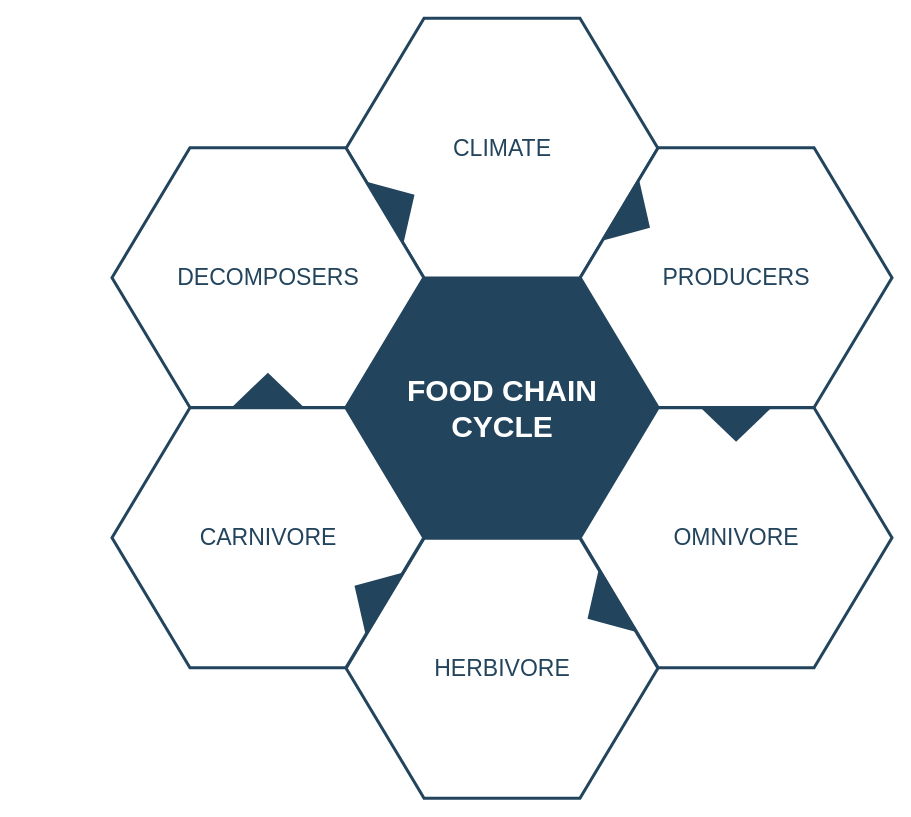
The draw.io diagram Untitled Diagram.drawio in shereefsakr/draw.io-diagrams-public, before the edit. Source tidied: cells renumbered, new cells numbered last; positions are measured from the earlier drawing's top-left corner, leaving out a move shared by most shapes. Both pictures are drawn from the tidied source at 100%, with x=0, y=0 at pixel (111, 18).
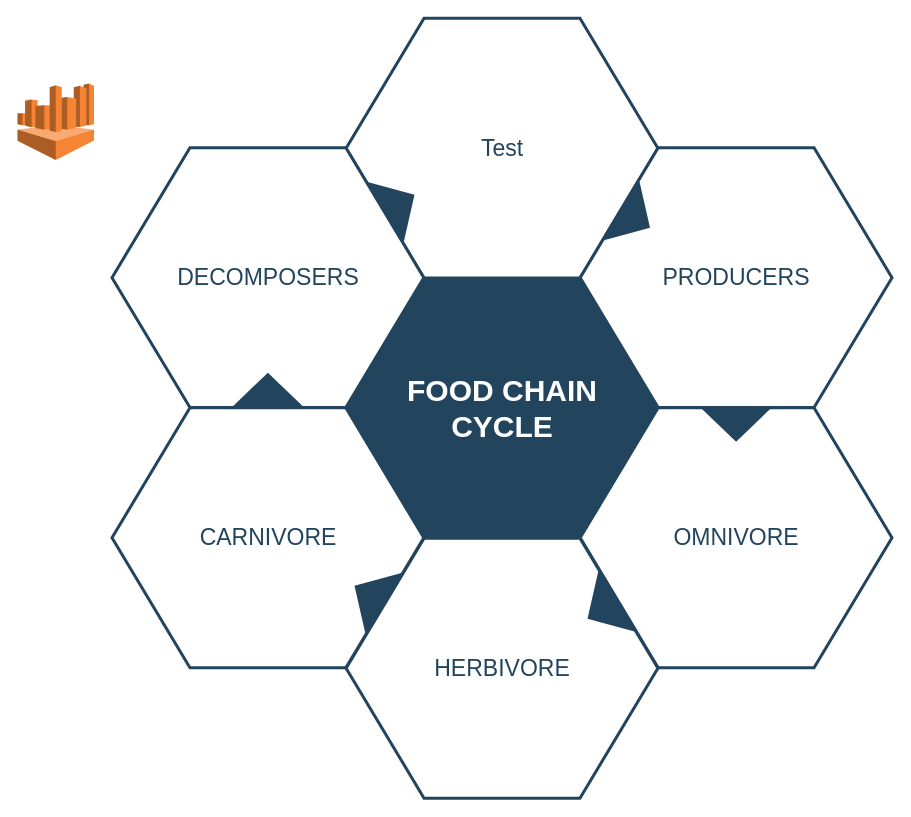
The same diagram, later.

Change to the diagram source:
```diff
@@
 <mxGraphModel background="#ffffff">
   <root>
     <mxCell id="0" />
     <mxCell id="1" parent="0" />
     <mxCell id="2" value="&lt;font style=&quot;font-size: 30px&quot; color=&quot;#ffffff&quot;&gt;&lt;b&gt;&lt;span&gt;FOOD CHAIN&lt;/span&gt;&lt;br&gt;&lt;span&gt;CYCLE&lt;/span&gt;&lt;/b&gt;&lt;/font&gt;&lt;br&gt;" style="shape=hexagon;perimeter=hexagonPerimeter2;whiteSpace=wrap;html=1;shadow=0;labelBackgroundColor=none;strokeColor=#23445D;fillColor=#23445D;gradientColor=none;fontFamily=Helvetica;fontSize=23;fontColor=#23445d;align=center;strokeWidth=3;" parent="1" vertex="1">
       <mxGeometry x="234.6" y="259.8" width="311.8" height="259.9" as="geometry" />
     </mxCell>
     <mxCell id="3" style="triangle;whiteSpace=wrap;html=1;shadow=0;labelBackgroundColor=none;strokeColor=none;fillColor=#FFFFFF;fontFamily=Helvetica;fontSize=17;fontColor=#23445d;align=center;rotation=90;gradientColor=none;flipV=1;flipH=1;opacity=20;" parent="1" vertex="1">
       <mxGeometry x="115.5" y="277.7" width="72" height="152" as="geometry" />
     </mxCell>
-    <mxCell id="4" value="&lt;font style=&quot;font-size: 23px&quot;&gt;CLIMATE&lt;/font&gt;" style="shape=hexagon;perimeter=hexagonPerimeter2;whiteSpace=wrap;html=1;shadow=0;labelBackgroundColor=none;strokeColor=#23445D;fillColor=#ffffff;gradientColor=none;fontFamily=Helvetica;fontSize=23;fontColor=#23445D;align=center;strokeWidth=3;" parent="1" vertex="1">
+    <mxCell id="4" value="&lt;font style=&quot;font-size: 23px&quot;&gt;Test&lt;/font&gt;" style="shape=hexagon;perimeter=hexagonPerimeter2;whiteSpace=wrap;html=1;shadow=0;labelBackgroundColor=none;strokeColor=#23445D;fillColor=#ffffff;gradientColor=none;fontFamily=Helvetica;fontSize=23;fontColor=#23445D;align=center;strokeWidth=3;" parent="1" vertex="1">
       <mxGeometry x="234.6" y="-0.3" width="311.8" height="259.9" as="geometry" />
     </mxCell>
     <mxCell id="5" value="&lt;font style=&quot;font-size: 23px&quot;&gt;PRODUCERS&lt;/font&gt;" style="shape=hexagon;perimeter=hexagonPerimeter2;whiteSpace=wrap;html=1;shadow=0;labelBackgroundColor=none;strokeColor=#23445D;fillColor=#FFFFFF;gradientColor=none;fontFamily=Helvetica;fontSize=23;fontColor=#23445d;align=center;strokeWidth=3;" parent="1" vertex="1">
       <mxGeometry x="468.7" y="129.2" width="311.8" height="259.9" as="geometry" />
     </mxCell>
     <mxCell id="6" value="&lt;font style=&quot;font-size: 23px&quot;&gt;OMNIVORE&lt;/font&gt;" style="shape=hexagon;perimeter=hexagonPerimeter2;whiteSpace=wrap;html=1;shadow=0;labelBackgroundColor=none;strokeColor=#23445D;fillColor=#FFFFFF;gradientColor=none;fontFamily=Helvetica;fontSize=23;fontColor=#23445d;align=center;strokeWidth=3;" parent="1" vertex="1">
       <mxGeometry x="468.7" y="389.3" width="311.8" height="259.9" as="geometry" />
     </mxCell>
     <mxCell id="7" value="&lt;font style=&quot;font-size: 23px&quot;&gt;HERBIVORE&lt;/font&gt;" style="shape=hexagon;perimeter=hexagonPerimeter2;whiteSpace=wrap;html=1;shadow=0;labelBackgroundColor=none;strokeColor=#23445D;fillColor=#FFFFFF;gradientColor=none;fontFamily=Helvetica;fontSize=23;fontColor=#23445d;align=center;strokeWidth=3;" parent="1" vertex="1">
       <mxGeometry x="234.6" y="519.8" width="311.8" height="259.9" as="geometry" />
     </mxCell>
     <mxCell id="8" value="&lt;font style=&quot;font-size: 23px&quot;&gt;CARNIVORE&lt;/font&gt;" style="shape=hexagon;perimeter=hexagonPerimeter2;whiteSpace=wrap;html=1;shadow=0;labelBackgroundColor=none;strokeColor=#23445D;fillColor=#FFFFFF;gradientColor=none;fontFamily=Helvetica;fontSize=23;fontColor=#23445d;align=center;strokeWidth=3;" parent="1" vertex="1">
       <mxGeometry x="0.5" y="389.3" width="311.8" height="259.9" as="geometry" />
     </mxCell>
     <mxCell id="9" value="&lt;font style=&quot;font-size: 23px;&quot;&gt;DECOMPOSERS&lt;/font&gt;" style="shape=hexagon;perimeter=hexagonPerimeter2;whiteSpace=wrap;html=1;shadow=0;labelBackgroundColor=none;strokeColor=#23445D;fillColor=#ffffff;gradientColor=none;fontFamily=Helvetica;fontSize=23;fontColor=#23445D;align=center;strokeWidth=3;" parent="1" vertex="1">
       <mxGeometry x="0.5" y="129.2" width="311.8" height="259.9" as="geometry" />
     </mxCell>
     <mxCell id="10" style="triangle;whiteSpace=wrap;html=1;shadow=0;labelBackgroundColor=none;strokeColor=none;fillColor=#23445D;fontFamily=Helvetica;fontSize=17;fontColor=#23445d;align=center;rotation=31;gradientColor=none;strokeWidth=3;" parent="1" vertex="1">
       <mxGeometry x="506" y="163.7" width="35" height="73" as="geometry" />
     </mxCell>
     <mxCell id="11" style="triangle;whiteSpace=wrap;html=1;shadow=0;labelBackgroundColor=none;strokeColor=none;fillColor=#23445D;fontFamily=Helvetica;fontSize=17;fontColor=#23445d;align=center;rotation=31;gradientColor=none;flipH=1;strokeWidth=3;" parent="1" vertex="1">
       <mxGeometry x="240.5" y="539.7" width="35" height="73" as="geometry" />
     </mxCell>
     <mxCell id="12" style="triangle;whiteSpace=wrap;html=1;shadow=0;labelBackgroundColor=none;strokeColor=none;fillColor=#23445D;fontFamily=Helvetica;fontSize=17;fontColor=#23445d;align=center;rotation=329;gradientColor=none;strokeWidth=3;" parent="1" vertex="1">
       <mxGeometry x="270.5" y="148.7" width="35" height="73" as="geometry" />
     </mxCell>
     <mxCell id="13" style="triangle;whiteSpace=wrap;html=1;shadow=0;labelBackgroundColor=none;strokeColor=none;fillColor=#23445D;fontFamily=Helvetica;fontSize=17;fontColor=#23445d;align=center;rotation=329;gradientColor=none;flipH=1;strokeWidth=3;" parent="1" vertex="1">
       <mxGeometry x="473.5" y="554.7" width="35" height="73" as="geometry" />
     </mxCell>
     <mxCell id="14" style="triangle;whiteSpace=wrap;html=1;shadow=0;labelBackgroundColor=none;strokeColor=none;fillColor=#23445D;fontFamily=Helvetica;fontSize=17;fontColor=#23445d;align=center;rotation=90;gradientColor=none;strokeWidth=3;" parent="1" vertex="1">
       <mxGeometry x="607.1" y="369.2" width="35" height="73" as="geometry" />
     </mxCell>
     <mxCell id="15" style="triangle;whiteSpace=wrap;html=1;shadow=0;labelBackgroundColor=none;strokeColor=none;fillColor=#23445D;fontFamily=Helvetica;fontSize=17;fontColor=#23445d;align=center;rotation=90;gradientColor=none;flipH=1;strokeWidth=3;" parent="1" vertex="1">
       <mxGeometry x="138.9" y="335.2" width="35" height="73" as="geometry" />
     </mxCell>
+    <mxCell id="16" style="dashed=0;verticalLabelPosition=bottom;verticalAlign=top;align=center;html=1;shape=mxgraph.aws3.athena;fillColor=#F58534;gradientColor=none;" parent="1" vertex="1">
+      <mxGeometry x="-94" y="65" width="76.5" height="76.5" as="geometry" />
+    </mxCell>
   </root>
 </mxGraphModel>
```
